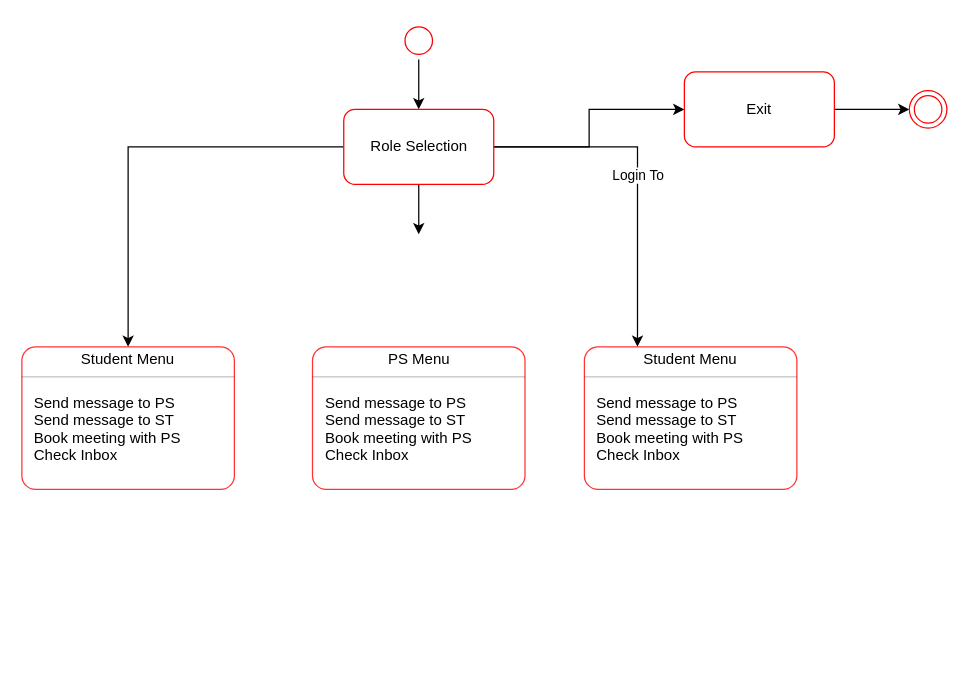
551462-Design-Develop-Deploy-24-25/001-port-individual-software-project-portfolio-MMukhtar1885 keeps this draw.io diagram as DIAGRAMS/State Diagram.drawio. Above is the earlier version. Source tidied: cells renumbered, new cells numbered last; positions are measured from the earlier drawing's top-left corner, leaving out a move shared by most shapes. Both pictures are drawn from the tidied source at 125%, with x=0, y=0 at pixel (21, 21).
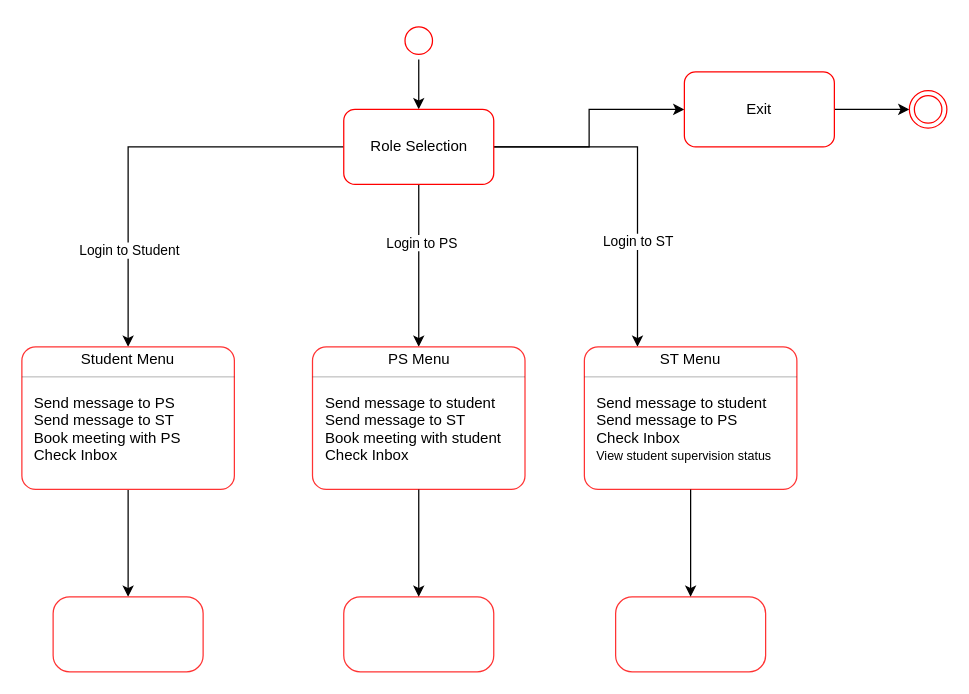
Above is the later version.

Unchanged cells that the change refers to:
```xml
<mxCell id="4" style="edgeStyle=orthogonalEdgeStyle;rounded=0;jettySize=auto;html=1;entryX=0.5;entryY=0;entryDx=0;entryDy=0;" parent="1" edge="1" source="8" target="13">
  <mxGeometry relative="1" as="geometry" />
</mxCell>
<mxCell id="8" value="Role Selection" style="rounded=1;whiteSpace=wrap;html=1;fillColor=#FFFFFF;strokeColor=#ff0000;" parent="1" vertex="1">
  <mxGeometry x="257.5" y="70" width="120" height="60" as="geometry" />
</mxCell>
<mxCell id="12" style="fontStyle=1;align=center;verticalAlign=middle;horizontal=1;rounded=1;absoluteArcSize=1;arcSize=22;strokeColor=#FF3333;" parent="1" vertex="1">
  <mxGeometry y="260" width="170" height="114" as="geometry" />
</mxCell>
<mxCell id="21" style="fontStyle=1;align=center;verticalAlign=middle;horizontal=1;rounded=1;absoluteArcSize=1;arcSize=22;strokeColor=#FF3333;" parent="1" vertex="1">
  <mxGeometry x="232.5" y="260" width="170" height="114" as="geometry" />
</mxCell>
<mxCell id="22" value="PS Menu" style="html=1;align=center;spacing=0;verticalAlign=middle;strokeColor=none;fillColor=none;whiteSpace=wrap;" parent="21" vertex="1">
  <mxGeometry width="170" height="20" as="geometry" />
</mxCell>
<mxCell id="29" style="html=1;align=left;spacing=0;spacingLeft=10;verticalAlign=middle;strokeColor=none;fillColor=none;whiteSpace=wrap;" parent="21" vertex="1">
  <mxGeometry y="94" width="170" height="20" as="geometry" />
</mxCell>
<mxCell id="30" style="fontStyle=1;align=center;verticalAlign=middle;horizontal=1;rounded=1;absoluteArcSize=1;arcSize=22;strokeColor=#FF3333;" parent="1" vertex="1">
  <mxGeometry x="450" y="260" width="170" height="114" as="geometry" />
</mxCell>
<mxCell id="38" style="html=1;align=left;spacing=0;spacingLeft=10;verticalAlign=middle;strokeColor=none;fillColor=none;whiteSpace=wrap;" parent="30" vertex="1">
  <mxGeometry y="94" width="170" height="20" as="geometry" />
</mxCell>
```

The edit, as a diff of the source:
```diff
@@
+    <mxCell id="39" value="Login to Student" style="edgeLabel;html=1;align=center;verticalAlign=middle;" parent="4" vertex="1">
+      <mxGeometry x="0.53" relative="1" as="geometry">
+        <mxPoint y="1" as="offset" />
+      </mxGeometry>
+    </mxCell>
-    <mxCell id="5" style="edgeStyle=orthogonalEdgeStyle;rounded=0;jettySize=auto;html=1;" parent="1" edge="1" source="8">
-      <mxGeometry relative="1" as="geometry">
-        <mxPoint x="317.5" y="170" as="targetPoint" />
-      </mxGeometry>
+    <mxCell id="5" style="edgeStyle=orthogonalEdgeStyle;rounded=0;jettySize=auto;html=1;entryX=0.5;entryY=0;entryDx=0;entryDy=0;" parent="1" edge="1" source="8" target="22">
+      <mxGeometry relative="1" as="geometry" />
     </mxCell>
+    <mxCell id="40" value="Login to PS" style="edgeLabel;html=1;align=center;verticalAlign=middle;" parent="5" vertex="1">
+      <mxGeometry x="-0.29" y="2" relative="1" as="geometry" />
+    </mxCell>
-    <mxCell id="6" value="Login To" style="edgeStyle=orthogonalEdgeStyle;rounded=0;jettySize=auto;html=1;entryX=0.25;entryY=0;entryDx=0;entryDy=0;" parent="1" edge="1" source="8" target="31">
+    <mxCell id="6" style="edgeStyle=orthogonalEdgeStyle;rounded=0;jettySize=auto;html=1;entryX=0.25;entryY=0;entryDx=0;entryDy=0;" parent="1" edge="1" source="8" target="31">
       <mxGeometry relative="1" as="geometry" />
     </mxCell>
+    <mxCell id="41" value="Login to ST" style="edgeLabel;html=1;align=center;verticalAlign=middle;" parent="6" vertex="1">
+      <mxGeometry x="0.38" relative="1" as="geometry" />
+    </mxCell>
@@
+    <mxCell id="42" style="edgeStyle=orthogonalEdgeStyle;rounded=0;jettySize=auto;html=1;" parent="1" edge="1" source="12" target="43">
+      <mxGeometry relative="1" as="geometry" />
+    </mxCell>
@@
-    <mxCell id="25" value="Send message to PS" style="html=1;align=left;spacing=0;spacingLeft=10;verticalAlign=middle;strokeColor=none;fillColor=none;whiteSpace=wrap;" parent="21" vertex="1">
+    <mxCell id="25" value="Send message to student" style="html=1;align=left;spacing=0;spacingLeft=10;verticalAlign=middle;strokeColor=none;fillColor=none;whiteSpace=wrap;" parent="21" vertex="1">
       <mxGeometry y="38" width="170" height="14" as="geometry" />
     </mxCell>
@@
-    <mxCell id="27" value="Book meeting with PS" style="html=1;align=left;spacingLeft=10;spacing=0;verticalAlign=middle;strokeColor=none;fillColor=none;whiteSpace=wrap;" parent="21" vertex="1">
+    <mxCell id="27" value="Book meeting with student" style="html=1;align=left;spacingLeft=10;spacing=0;verticalAlign=middle;strokeColor=none;fillColor=none;whiteSpace=wrap;" parent="21" vertex="1">
       <mxGeometry y="66" width="170" height="14" as="geometry" />
     </mxCell>
@@
-    <mxCell id="31" value="Student Menu" style="html=1;align=center;spacing=0;verticalAlign=middle;strokeColor=none;fillColor=none;whiteSpace=wrap;" parent="30" vertex="1">
+    <mxCell id="31" value="ST Menu" style="html=1;align=center;spacing=0;verticalAlign=middle;strokeColor=none;fillColor=none;whiteSpace=wrap;" parent="30" vertex="1">
       <mxGeometry width="170" height="20" as="geometry" />
     </mxCell>
@@
-    <mxCell id="34" value="Send message to PS" style="html=1;align=left;spacing=0;spacingLeft=10;verticalAlign=middle;strokeColor=none;fillColor=none;whiteSpace=wrap;" parent="30" vertex="1">
+    <mxCell id="34" value="Send message to student" style="html=1;align=left;spacing=0;spacingLeft=10;verticalAlign=middle;strokeColor=none;fillColor=none;whiteSpace=wrap;" parent="30" vertex="1">
       <mxGeometry y="38" width="170" height="14" as="geometry" />
     </mxCell>
-    <mxCell id="35" value="Send message to ST" style="html=1;align=left;spacing=0;spacingLeft=10;verticalAlign=middle;strokeColor=none;fillColor=none;whiteSpace=wrap;" parent="30" vertex="1">
+    <mxCell id="35" value="Send message to PS" style="html=1;align=left;spacing=0;spacingLeft=10;verticalAlign=middle;strokeColor=none;fillColor=none;whiteSpace=wrap;" parent="30" vertex="1">
       <mxGeometry y="52" width="170" height="14" as="geometry" />
     </mxCell>
-    <mxCell id="36" value="Book meeting with PS" style="html=1;align=left;spacingLeft=10;spacing=0;verticalAlign=middle;strokeColor=none;fillColor=none;whiteSpace=wrap;" parent="30" vertex="1">
+    <mxCell id="36" value="Check Inbox" style="html=1;align=left;spacingLeft=10;spacing=0;verticalAlign=middle;strokeColor=none;fillColor=none;whiteSpace=wrap;" parent="30" vertex="1">
       <mxGeometry y="66" width="170" height="14" as="geometry" />
     </mxCell>
-    <mxCell id="37" value="Check Inbox" style="html=1;align=left;spacingLeft=10;spacing=0;verticalAlign=middle;strokeColor=none;fillColor=none;whiteSpace=wrap;" parent="30" vertex="1">
+    <mxCell id="37" value="&lt;font style=&quot;font-size: 10px;&quot;&gt;View student supervision status&lt;/font&gt;" style="html=1;align=left;spacingLeft=10;spacing=0;verticalAlign=middle;strokeColor=none;fillColor=none;whiteSpace=wrap;" parent="30" vertex="1">
       <mxGeometry y="80" width="170" height="14" as="geometry" />
     </mxCell>
@@
+    <mxCell id="43" style="whiteSpace=wrap;html=1;strokeColor=#FF3333;fontStyle=1;rounded=1;arcSize=22;" parent="1" vertex="1">
+      <mxGeometry x="25" y="460" width="120" height="60" as="geometry" />
+    </mxCell>
+    <mxCell id="44" style="whiteSpace=wrap;html=1;strokeColor=#FF3333;fontStyle=1;rounded=1;arcSize=22;" parent="1" vertex="1">
+      <mxGeometry x="257.5" y="460" width="120" height="60" as="geometry" />
+    </mxCell>
+    <mxCell id="45" style="edgeStyle=orthogonalEdgeStyle;rounded=0;jettySize=auto;html=1;entryX=0.5;entryY=0;entryDx=0;entryDy=0;" parent="1" edge="1" source="29" target="44">
+      <mxGeometry relative="1" as="geometry" />
+    </mxCell>
+    <mxCell id="46" style="whiteSpace=wrap;html=1;strokeColor=#FF3333;fontStyle=1;rounded=1;arcSize=22;" parent="1" vertex="1">
+      <mxGeometry x="475" y="460" width="120" height="60" as="geometry" />
+    </mxCell>
+    <mxCell id="47" style="edgeStyle=orthogonalEdgeStyle;rounded=0;jettySize=auto;html=1;entryX=0.5;entryY=0;entryDx=0;entryDy=0;" parent="1" edge="1" source="38" target="46">
+      <mxGeometry relative="1" as="geometry" />
+    </mxCell>
```
